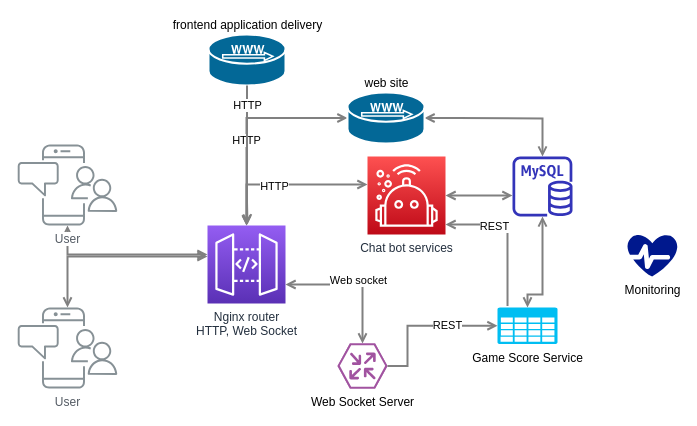
grikdotnet/airhockey keeps this draw.io diagram as airhockey-component-hld.drawio. Above is the earlier version. Source tidied: cells renumbered, new cells numbered last; positions are measured from the earlier drawing's top-left corner, leaving out a move shared by most shapes. Both pictures are drawn from the tidied source at 100%, with x=0, y=0 at pixel (17, 34).
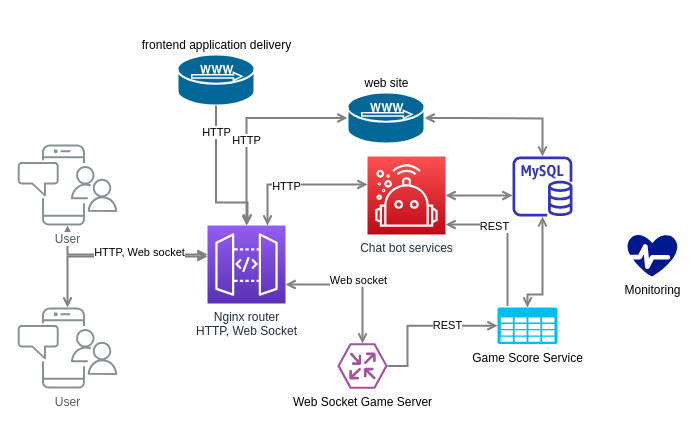
The same page after the edit.

Commit message (it also covers changes not shown here):
component hld diagram

Unchanged cells that the change refers to:
```xml
<mxCell id="9" style="edgeStyle=orthogonalEdgeStyle;rounded=0;jettySize=auto;html=1;startArrow=open;startFill=0;endArrow=open;endFill=0;strokeWidth=2;strokeColor=#808080;" parent="1" edge="1" source="12" target="13">
  <mxGeometry relative="1" as="geometry">
    <Array as="points">
      <mxPoint x="50" y="220" />
    </Array>
  </mxGeometry>
</mxCell>
<mxCell id="13" value="Nginx router&lt;br&gt;HTTP, Web Socket" style="outlineConnect=0;fontColor=#232F3E;gradientColor=#945DF2;gradientDirection=north;fillColor=#5A30B5;strokeColor=#ffffff;dashed=0;verticalLabelPosition=bottom;verticalAlign=top;align=center;html=1;fontSize=12;fontStyle=0;shape=mxgraph.aws4.resourceIcon;resIcon=mxgraph.aws4.api_gateway;labelBackgroundColor=#ffffff;" parent="1" vertex="1">
  <mxGeometry x="190" y="191" width="78" height="78" as="geometry" />
</mxCell>
<mxCell id="18" value="Chat bot services" style="outlineConnect=0;fontColor=#232F3E;gradientColor=#FE5151;gradientDirection=north;fillColor=#BE0917;strokeColor=#ffffff;dashed=0;verticalLabelPosition=bottom;verticalAlign=top;align=center;html=1;fontSize=12;fontStyle=0;shape=mxgraph.aws4.resourceIcon;resIcon=mxgraph.aws4.robomaker;" parent="1" vertex="1">
  <mxGeometry x="350" y="122" width="78" height="78" as="geometry" />
</mxCell>
```

Change to the diagram source:
```diff
@@
     <mxCell id="6" style="edgeStyle=orthogonalEdgeStyle;rounded=0;jettySize=auto;html=1;startArrow=open;startFill=0;endArrow=open;endFill=0;strokeWidth=2;strokeColor=#808080;" parent="1" edge="1" source="13" target="18">
       <mxGeometry relative="1" as="geometry">
         <Array as="points">
-          <mxPoint x="229" y="150" />
+          <mxPoint x="250" y="150" />
         </Array>
       </mxGeometry>
     </mxCell>
@@
+    <mxCell id="29" value="HTTP, Web socket" style="edgeLabel;html=1;align=center;verticalAlign=middle;" parent="9" vertex="1">
+      <mxGeometry x="0.18" y="3" relative="1" as="geometry" />
+    </mxCell>
@@
-    <mxCell id="17" value="Web Socket Server" style="verticalLabelPosition=bottom;html=1;fillColor=#A153A0;strokeColor=#ffffff;verticalAlign=top;align=center;points=[[0,0.5,0],[0.125,0.25,0],[0.25,0,0],[0.5,0,0],[0.75,0,0],[0.875,0.25,0],[1,0.5,0],[0.875,0.75,0],[0.75,1,0],[0.5,1,0],[0.125,0.75,0]];shape=mxgraph.cisco_safe.compositeIcon;bgIcon=mxgraph.cisco_safe.design.blank_device;resIcon=mxgraph.cisco_safe.design.router_2;" parent="1" vertex="1">
+    <mxCell id="17" value="Web Socket Game Server" style="verticalLabelPosition=bottom;html=1;fillColor=#A153A0;strokeColor=#ffffff;verticalAlign=top;align=center;points=[[0,0.5,0],[0.125,0.25,0],[0.25,0,0],[0.5,0,0],[0.75,0,0],[0.875,0.25,0],[1,0.5,0],[0.875,0.75,0],[0.75,1,0],[0.5,1,0],[0.125,0.75,0]];shape=mxgraph.cisco_safe.compositeIcon;bgIcon=mxgraph.cisco_safe.design.blank_device;resIcon=mxgraph.cisco_safe.design.router_2;" parent="1" vertex="1">
       <mxGeometry x="320" y="309" width="50" height="45" as="geometry" />
     </mxCell>
@@
     <mxCell id="24" value="frontend application delivery" style="shape=mxgraph.cisco.servers.microwebserver;html=1;dashed=0;fillColor=#036897;strokeColor=#ffffff;strokeWidth=2;verticalLabelPosition=top;verticalAlign=bottom;align=center;outlineConnect=0;labelPosition=center;" parent="1" vertex="1">
-      <mxGeometry x="191" width="77" height="51" as="geometry" />
+      <mxGeometry x="160" y="20" width="77" height="51" as="geometry" />
     </mxCell>
```
